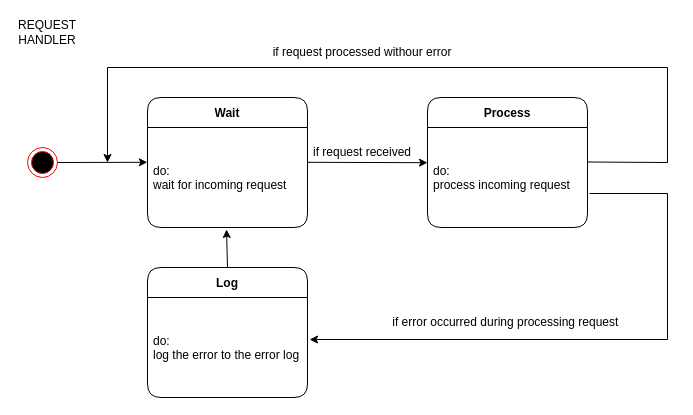
This is TypeRacerServerState.drawio from muratcanakcay/PW-SE1-TypeRacer, a draw.io file, before an edit. Source tidied: cells renumbered, new cells numbered last; positions are measured from the earlier drawing's top-left corner, leaving out a move shared by most shapes. Both pictures are drawn from the tidied source at 100%, with x=0, y=0 at pixel (17, 17).
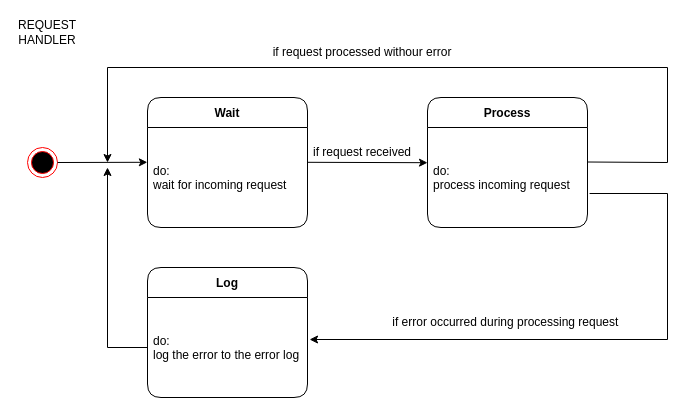
The same diagram, later.

Unchanged cells that the change refers to:
```xml
<mxCell id="4" value="do: &#10;wait for incoming request " style="text;strokeColor=none;fillColor=none;align=left;verticalAlign=middle;spacingLeft=4;spacingRight=4;overflow=hidden;points=[[0,0.5],[1,0.5]];portConstraint=eastwest;" parent="3" vertex="1">
  <mxGeometry y="30" width="160" height="100" as="geometry" />
</mxCell>
<mxCell id="13" value="Log" style="swimlane;fontStyle=1;horizontal=1;startSize=30;rounded=1;" parent="1" vertex="1">
  <mxGeometry x="130" y="250" width="160" height="130" as="geometry" />
</mxCell>
<mxCell id="14" value="do: &#10;log the error to the error log" style="text;strokeColor=none;fillColor=none;align=left;verticalAlign=middle;spacingLeft=4;spacingRight=4;overflow=hidden;points=[[0,0.5],[1,0.5]];portConstraint=eastwest;" parent="13" vertex="1">
  <mxGeometry y="30" width="160" height="100" as="geometry" />
</mxCell>
```

Change to the diagram source:
```diff
@@
-    <mxCell id="17" style="endArrow=classic;html=1;rounded=0;exitX=0.5;exitY=0;exitDx=0;exitDy=0;entryX=0.494;entryY=1.02;entryDx=0;entryDy=0;entryPerimeter=0;" parent="1" edge="1" source="13" target="4">
-      <mxGeometry relative="1" as="geometry" />
+    <mxCell id="17" style="endArrow=classic;html=1;rounded=0;exitX=0;exitY=0.5;exitDx=0;exitDy=0;" parent="1" edge="1" source="14">
+      <mxGeometry relative="1" as="geometry">
+        <mxPoint x="90" y="150" as="targetPoint" />
+        <Array as="points">
+          <mxPoint x="90" y="330" />
+        </Array>
+      </mxGeometry>
     </mxCell>
```
